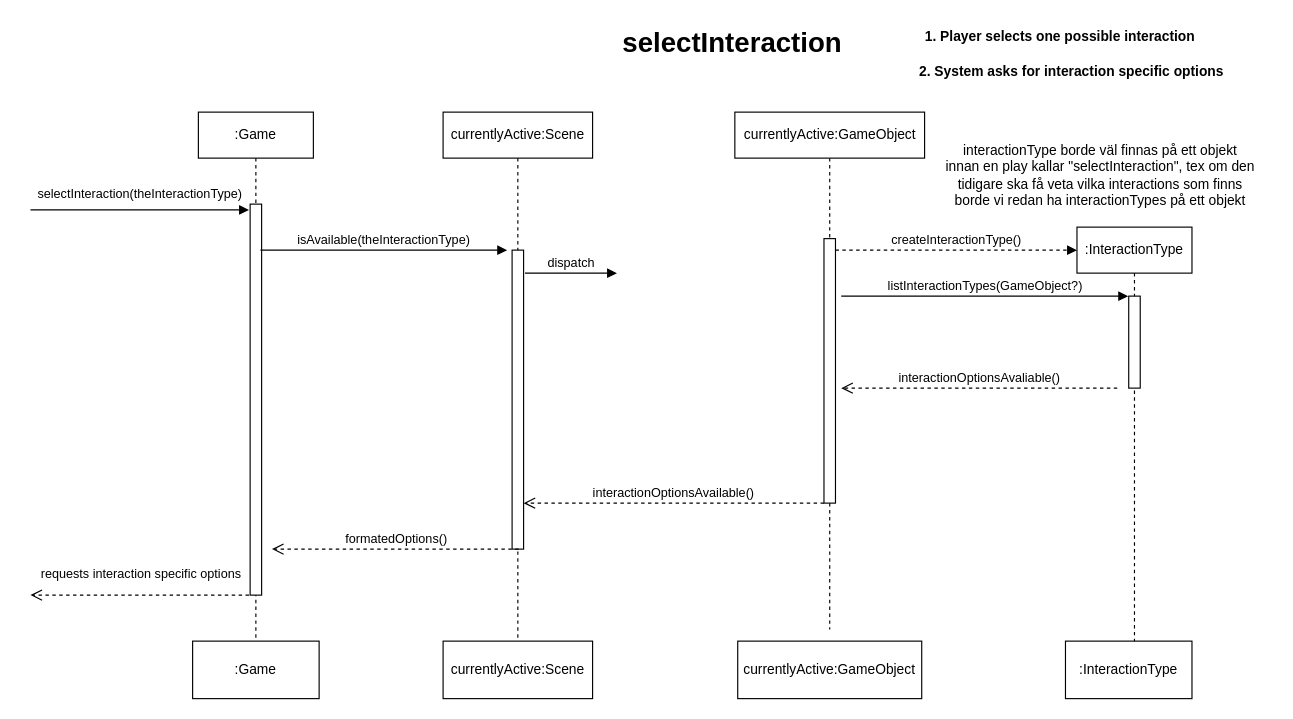
Jesper-R/PA1460 keeps this draw.io diagram as page "selectInteraction" (3 of 6) of domain-model.drawio. Above is the earlier version. Source tidied: cells renumbered, new cells numbered last; positions are measured from the earlier drawing's top-left corner, leaving out a move shared by most shapes. Both pictures are drawn from the tidied source at 115%, with x=0, y=0 at pixel (30, 20).
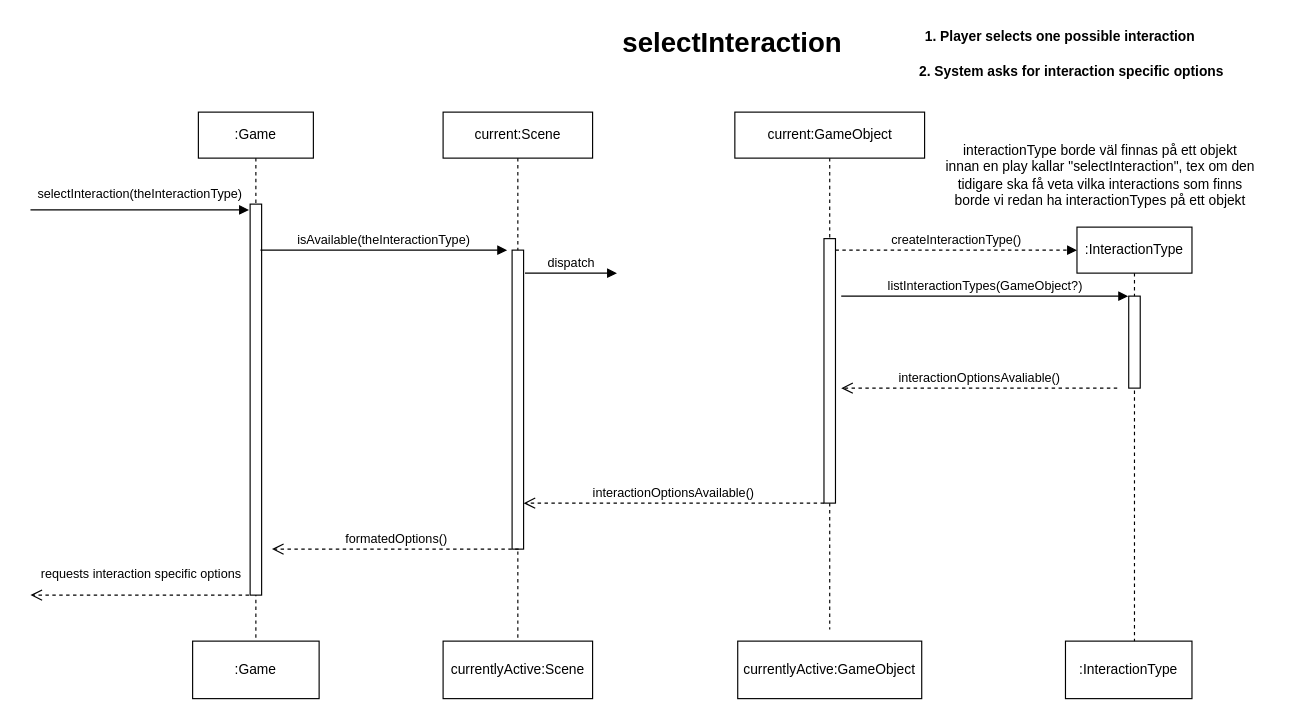
The same page after the edit.

Diff of the diagram source:
```diff
@@
-    <mxCell id="8" value="currentlyActive:GameObject" style="shape=umlLifeline;perimeter=lifelinePerimeter;whiteSpace=wrap;html=1;newEdgeStyle={&quot;curved&quot;:0,&quot;rounded&quot;:0};" parent="1" vertex="1">
+    <mxCell id="8" value="current:GameObject" style="shape=umlLifeline;perimeter=lifelinePerimeter;whiteSpace=wrap;html=1;newEdgeStyle={&quot;curved&quot;:0,&quot;rounded&quot;:0};" parent="1" vertex="1">
       <mxGeometry x="612.5" y="80" width="165" height="450" as="geometry" />
     </mxCell>
@@
-    <mxCell id="14" value="currentlyActive:Scene" style="shape=umlLifeline;perimeter=lifelinePerimeter;whiteSpace=wrap;html=1;newEdgeStyle={&quot;curved&quot;:0,&quot;rounded&quot;:0};size=40;" parent="1" vertex="1">
+    <mxCell id="14" value="current:Scene" style="shape=umlLifeline;perimeter=lifelinePerimeter;whiteSpace=wrap;html=1;newEdgeStyle={&quot;curved&quot;:0,&quot;rounded&quot;:0};size=40;" parent="1" vertex="1">
       <mxGeometry x="358.8" y="80" width="130" height="460" as="geometry" />
     </mxCell>
```
